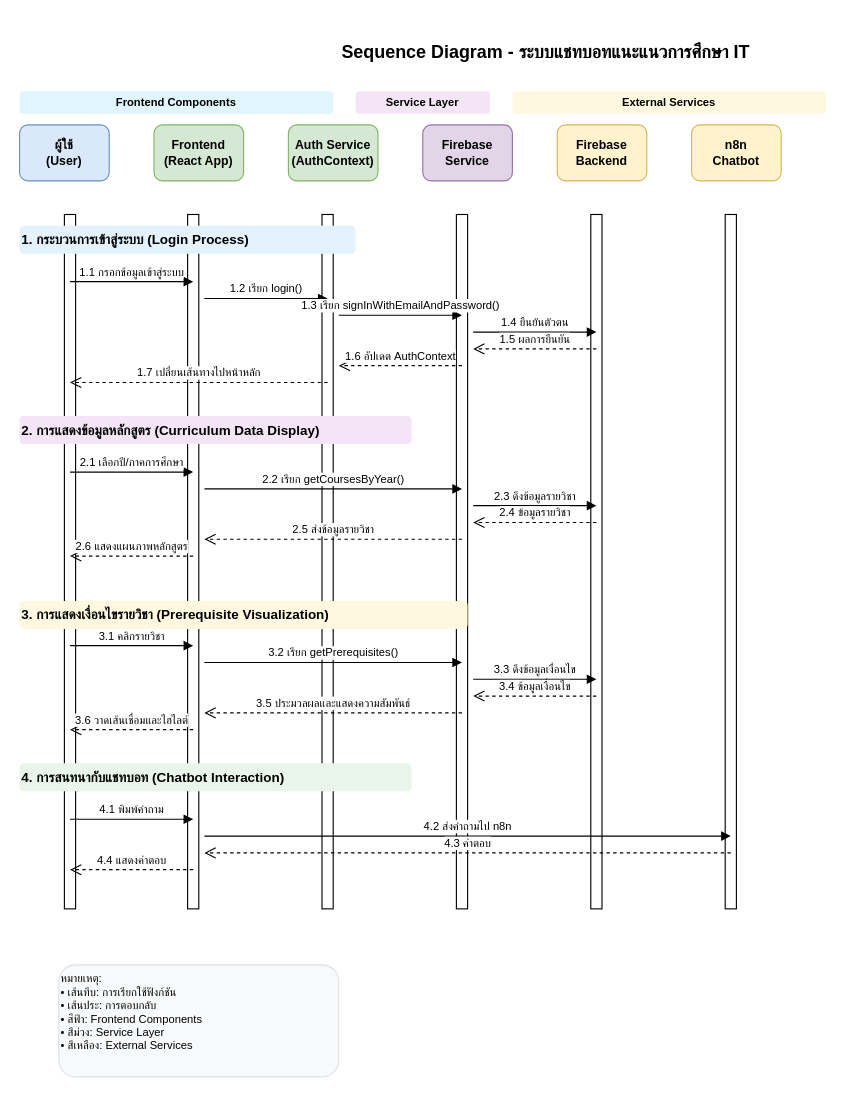
Before: diagrams/sequence-diagram.drawio in kainapatkmutnb/it-course-chatbot-main, a draw.io diagram. Source tidied: cells renumbered, new cells numbered last; positions are measured from the earlier drawing's top-left corner, leaving out a move shared by most shapes. Both pictures are drawn from the tidied source at 112%, with x=0, y=0 at pixel (19, 35).
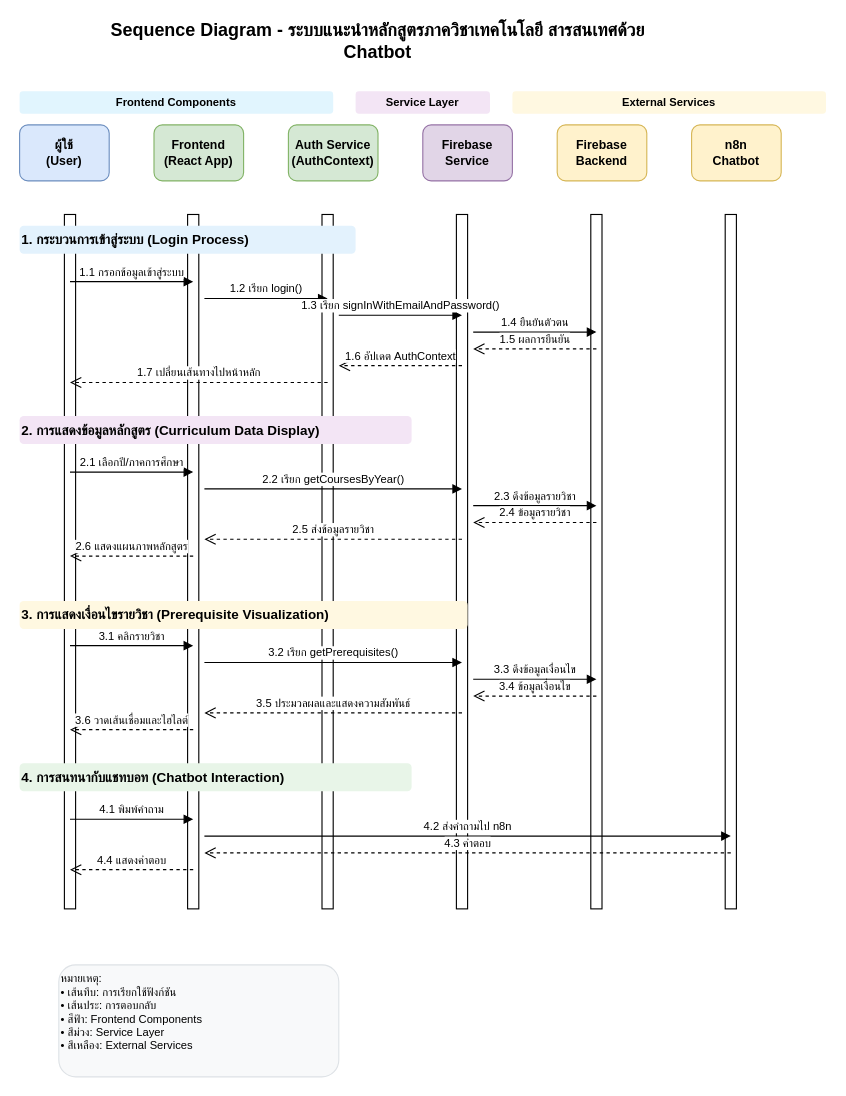
Above is the later version.

Commit message (it also covers changes not shown here):
docs(diagrams): update data flow and sequence diagrams layout

Adjust diagram dimensions and improve title clarity in sequence diagram

The edit, as a diff of the source:
```diff
@@
-    <mxCell id="2" value="Sequence Diagram - ระบบแชทบอทแนะแนวการศึกษา IT" style="text;html=1;strokeColor=none;fillColor=none;align=center;verticalAlign=middle;whiteSpace=wrap;rounded=0;fontSize=16;fontStyle=1;" parent="1" vertex="1">
-      <mxGeometry x="220" width="500" height="30" as="geometry" />
+    <mxCell id="2" value="Sequence Diagram -&amp;nbsp;&lt;span style=&quot;color: rgb(0, 0, 0);&quot;&gt;ระบบแนะนำหลักสูตรภาควิชาเทคโนโลยี สารสนเทศด้วย Chatbot&lt;/span&gt;" style="text;html=1;strokeColor=none;fillColor=none;align=center;verticalAlign=middle;whiteSpace=wrap;rounded=0;fontSize=16;fontStyle=1;" parent="1" vertex="1">
+      <mxGeometry x="70" y="-10" width="500" height="30" as="geometry" />
     </mxCell>
```
